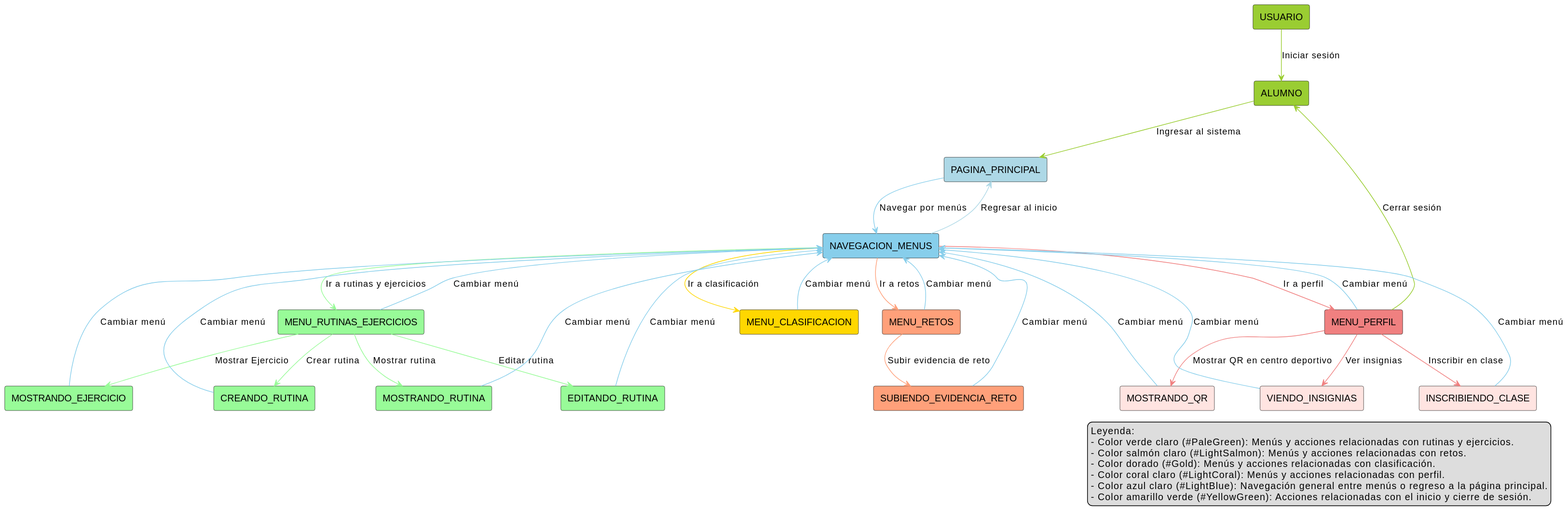
mmasias/24-25-IdSw1-SDR keeps this PlantUML diagram as Documentos/Imagenes/DiagramasContexto/AlumnoContexto.svg. Above is the earlier version.
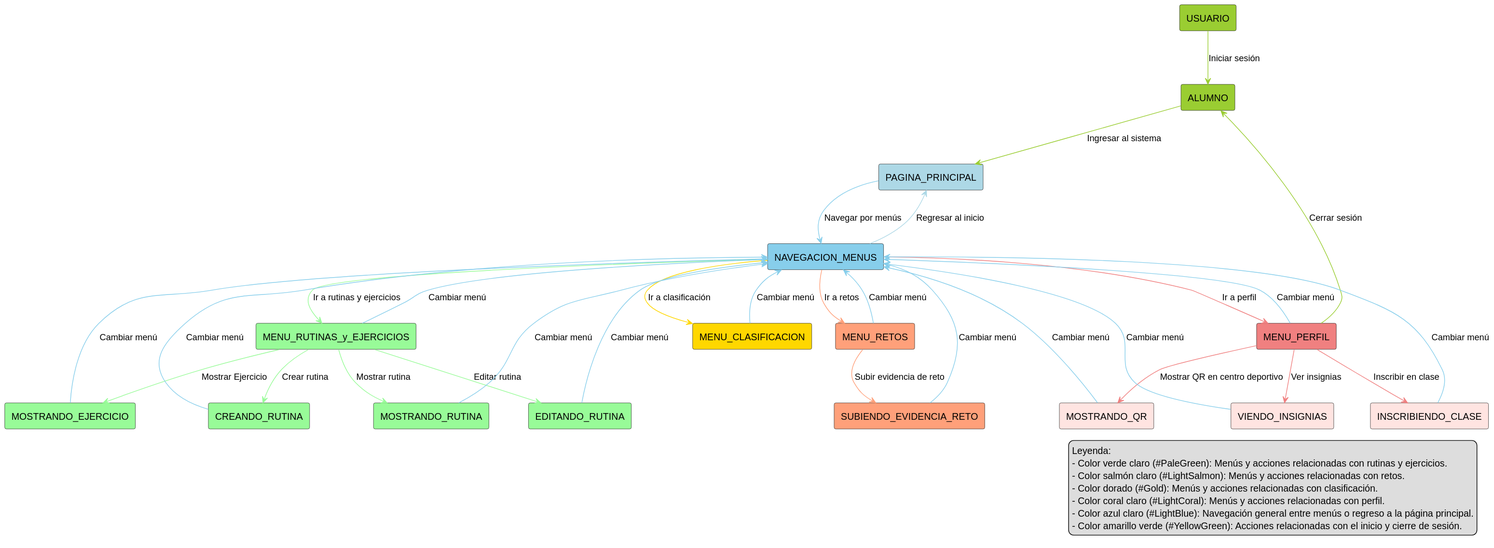
Above is the later version.

The edit, as a diff of the source:
```diff
@@ -6,7 +6,7 @@
 RECTANGLE(PAGINA_PRINCIPAL, LightBlue)
 RECTANGLE(NAVEGACION_MENUS, SkyBlue)
 
-RECTANGLE(MENU_RUTINAS_EJERCICIOS, PaleGreen)
+RECTANGLE(MENU_RUTINAS_y_EJERCICIOS, PaleGreen)
 RECTANGLE(MENU_RETOS, LightSalmon)
 RECTANGLE(MENU_CLASIFICACION, Gold)
 RECTANGLE(MENU_PERFIL, LightCoral)
@@ -24,16 +24,16 @@
 ALUMNO -[#YellowGreen]-> PAGINA_PRINCIPAL : Ingresar al sistema
 PAGINA_PRINCIPAL -[#SkyBlue]-> NAVEGACION_MENUS : Navegar por menús
 
-NAVEGACION_MENUS -[#PaleGreen]-> MENU_RUTINAS_EJERCICIOS : Ir a rutinas y ejercicios
+NAVEGACION_MENUS -[#PaleGreen]-> MENU_RUTINAS_y_EJERCICIOS : Ir a rutinas y ejercicios
 NAVEGACION_MENUS -[#LightSalmon]-> MENU_RETOS : Ir a retos
 NAVEGACION_MENUS -[#Gold]-> MENU_CLASIFICACION : Ir a clasificación
 NAVEGACION_MENUS -[#LightCoral]-> MENU_PERFIL : Ir a perfil
 NAVEGACION_MENUS -[#LightBlue]-> PAGINA_PRINCIPAL : Regresar al inicio
 
-MENU_RUTINAS_EJERCICIOS -[#PaleGreen]-> CREANDO_RUTINA : Crear rutina
-MENU_RUTINAS_EJERCICIOS -[#PaleGreen]-> EDITANDO_RUTINA : Editar rutina
-MENU_RUTINAS_EJERCICIOS -[#PaleGreen]-> MOSTRANDO_RUTINA : Mostrar rutina
-MENU_RUTINAS_EJERCICIOS -[#PaleGreen]-> MOSTRANDO_EJERCICIO : Mostrar Ejercicio
+MENU_RUTINAS_y_EJERCICIOS -[#PaleGreen]-> CREANDO_RUTINA : Crear rutina
+MENU_RUTINAS_y_EJERCICIOS -[#PaleGreen]-> EDITANDO_RUTINA : Editar rutina
+MENU_RUTINAS_y_EJERCICIOS -[#PaleGreen]-> MOSTRANDO_RUTINA : Mostrar rutina
+MENU_RUTINAS_y_EJERCICIOS -[#PaleGreen]-> MOSTRANDO_EJERCICIO : Mostrar Ejercicio
 CREANDO_RUTINA -[#SkyBlue]-> NAVEGACION_MENUS : Cambiar menú
 EDITANDO_RUTINA -[#SkyBlue]-> NAVEGACION_MENUS : Cambiar menú
 MOSTRANDO_RUTINA -[#SkyBlue]-> NAVEGACION_MENUS : Cambiar menú
@@ -53,7 +53,7 @@
 MENU_PERFIL -[#SkyBlue]-> NAVEGACION_MENUS: Cambiar menú
 MENU_CLASIFICACION -[#SkyBlue]-> NAVEGACION_MENUS: Cambiar menú
 MENU_RETOS -[#SkyBlue]-> NAVEGACION_MENUS: Cambiar menú
-MENU_RUTINAS_EJERCICIOS -[#SkyBlue]-> NAVEGACION_MENUS: Cambiar menú
+MENU_RUTINAS_y_EJERCICIOS -[#SkyBlue]-> NAVEGACION_MENUS: Cambiar menú
 
 legend right
 Leyenda:
```
